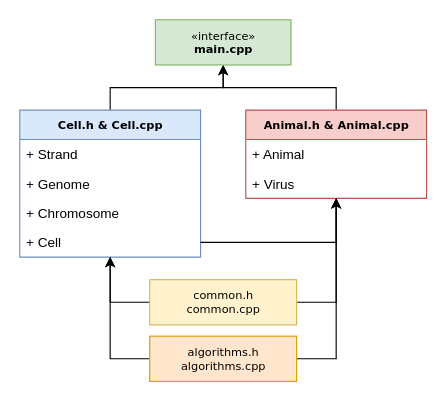
Before: schema/programs.drawio in k-forghani/class-of-life, a draw.io diagram. Source tidied: cells renumbered, new cells numbered last; positions are measured from the earlier drawing's top-left corner, leaving out a move shared by most shapes. Both pictures are drawn from the tidied source at 113%, with x=0, y=0 at pixel (19, 19).
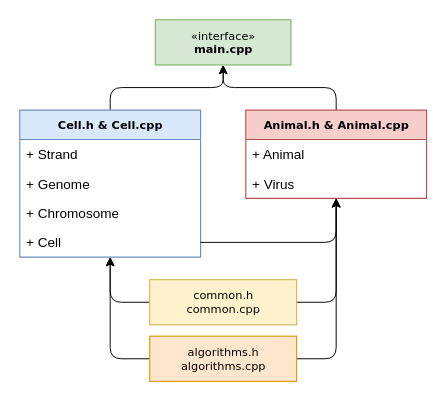
After the change.

Commit message (it also covers changes not shown here):
Edited programs schema

Diff of the diagram source:
```diff
@@
 <mxGraphModel>
   <root>
     <mxCell id="0" />
     <mxCell id="1" parent="0" />
-    <mxCell id="2" style="edgeStyle=orthogonalEdgeStyle;rounded=0;jettySize=auto;html=1;entryX=0.5;entryY=1;entryDx=0;entryDy=0;exitX=0.5;exitY=0;exitDx=0;exitDy=0;jumpStyle=none;" parent="1" edge="1" source="5" target="4">
+    <mxCell id="2" style="edgeStyle=orthogonalEdgeStyle;jettySize=auto;html=1;entryX=0.5;entryY=1;entryDx=0;entryDy=0;exitX=0.5;exitY=0;exitDx=0;exitDy=0;jumpStyle=none;strokeWidth=0.85;rounded=1;" parent="1" edge="1" source="5" target="4">
       <mxGeometry relative="1" as="geometry" />
     </mxCell>
-    <mxCell id="3" style="edgeStyle=orthogonalEdgeStyle;rounded=0;jettySize=auto;html=1;entryX=0.5;entryY=1;entryDx=0;entryDy=0;exitX=0.5;exitY=0;exitDx=0;exitDy=0;jumpStyle=none;" parent="1" edge="1" source="10" target="4">
+    <mxCell id="3" style="edgeStyle=orthogonalEdgeStyle;jettySize=auto;html=1;entryX=0.5;entryY=1;entryDx=0;entryDy=0;exitX=0.5;exitY=0;exitDx=0;exitDy=0;jumpStyle=none;strokeWidth=0.85;rounded=1;" parent="1" edge="1" source="10" target="4">
       <mxGeometry x="-0.29" relative="1" as="geometry" />
     </mxCell>
     <mxCell id="4" value="«interface»&lt;br&gt;&lt;b&gt;main.cpp&lt;/b&gt;" style="html=1;rounded=0;shadow=0;comic=0;labelBackgroundColor=none;strokeWidth=1;fontFamily=Verdana;fontSize=10;align=center;fillColor=#d5e8d4;strokeColor=#82b366;" parent="1" vertex="1">
       <mxGeometry x="120" width="120" height="40" as="geometry" />
     </mxCell>
     <mxCell id="5" value="Cell.h &amp;amp; Cell.cpp" style="swimlane;html=1;fontStyle=1;horizontal=1;startSize=26;fillColor=#dae8fc;swimlaneFillColor=#ffffff;rounded=0;shadow=0;comic=0;labelBackgroundColor=none;strokeWidth=1;fontFamily=Verdana;fontSize=10;align=center;strokeColor=#6c8ebf;" parent="1" vertex="1">
       <mxGeometry y="80" width="160" height="130" as="geometry" />
     </mxCell>
     <mxCell id="6" value="+ Strand" style="text;html=1;strokeColor=none;fillColor=none;align=left;verticalAlign=top;spacingLeft=4;spacingRight=4;whiteSpace=wrap;overflow=hidden;" parent="5" vertex="1">
       <mxGeometry y="26" width="160" height="26" as="geometry" />
     </mxCell>
     <mxCell id="7" value="+ Genome" style="text;html=1;strokeColor=none;fillColor=none;align=left;verticalAlign=top;spacingLeft=4;spacingRight=4;whiteSpace=wrap;overflow=hidden;" parent="5" vertex="1">
       <mxGeometry y="52" width="160" height="26" as="geometry" />
     </mxCell>
     <mxCell id="8" value="+ Chromosome" style="text;html=1;strokeColor=none;fillColor=none;align=left;verticalAlign=top;spacingLeft=4;spacingRight=4;whiteSpace=wrap;overflow=hidden;" parent="5" vertex="1">
       <mxGeometry y="78" width="160" height="26" as="geometry" />
     </mxCell>
     <mxCell id="9" value="+ Cell" style="text;html=1;strokeColor=none;fillColor=none;align=left;verticalAlign=top;spacingLeft=4;spacingRight=4;whiteSpace=wrap;overflow=hidden;points=[[0,0.5],[1,0.5]];portConstraint=eastwest;" parent="5" vertex="1">
       <mxGeometry y="104" width="160" height="26" as="geometry" />
     </mxCell>
     <mxCell id="10" value="Animal.h &amp;amp; Animal.cpp" style="swimlane;html=1;fontStyle=1;horizontal=1;startSize=26;fillColor=#f8cecc;swimlaneFillColor=#ffffff;rounded=0;shadow=0;comic=0;labelBackgroundColor=none;strokeWidth=1;fontFamily=Verdana;fontSize=10;align=center;strokeColor=#b85450;" parent="1" vertex="1">
       <mxGeometry x="200" y="80" width="160" height="78" as="geometry" />
     </mxCell>
     <mxCell id="11" value="+ Animal" style="text;html=1;strokeColor=none;fillColor=none;align=left;verticalAlign=top;spacingLeft=4;spacingRight=4;whiteSpace=wrap;overflow=hidden;" parent="10" vertex="1">
       <mxGeometry y="26" width="160" height="26" as="geometry" />
     </mxCell>
     <mxCell id="12" value="+ Virus" style="text;html=1;strokeColor=none;fillColor=none;align=left;verticalAlign=top;spacingLeft=4;spacingRight=4;whiteSpace=wrap;overflow=hidden;" parent="10" vertex="1">
       <mxGeometry y="52" width="160" height="26" as="geometry" />
     </mxCell>
-    <mxCell id="13" style="edgeStyle=orthogonalEdgeStyle;rounded=0;jettySize=auto;html=1;entryX=0.5;entryY=1;entryDx=0;entryDy=0;exitX=0;exitY=0.5;exitDx=0;exitDy=0;jumpStyle=none;" parent="1" edge="1" source="15" target="5">
+    <mxCell id="13" style="edgeStyle=orthogonalEdgeStyle;jettySize=auto;html=1;entryX=0.5;entryY=1;entryDx=0;entryDy=0;exitX=0;exitY=0.5;exitDx=0;exitDy=0;jumpStyle=none;strokeWidth=0.85;rounded=1;" parent="1" edge="1" source="15" target="5">
       <mxGeometry x="0.53" relative="1" as="geometry" />
     </mxCell>
-    <mxCell id="14" style="edgeStyle=orthogonalEdgeStyle;rounded=0;jettySize=auto;html=1;entryX=0.5;entryY=1;entryDx=0;entryDy=0;exitX=1;exitY=0.5;exitDx=0;exitDy=0;jumpStyle=none;" parent="1" edge="1" source="15" target="10">
+    <mxCell id="14" style="edgeStyle=orthogonalEdgeStyle;jettySize=auto;html=1;entryX=0.5;entryY=1;entryDx=0;entryDy=0;exitX=1;exitY=0.5;exitDx=0;exitDy=0;jumpStyle=none;strokeWidth=0.85;rounded=1;" parent="1" edge="1" source="15" target="10">
       <mxGeometry relative="1" as="geometry" />
     </mxCell>
     <mxCell id="15" value="&lt;span style=&quot;font-weight: normal;&quot;&gt;common.h&lt;br&gt;common.cpp&lt;/span&gt;" style="html=1;rounded=0;shadow=0;comic=0;labelBackgroundColor=none;strokeWidth=1;fontFamily=Verdana;fontSize=10;align=center;fillColor=#fff2cc;strokeColor=#d6b656;fontStyle=1;" parent="1" vertex="1">
       <mxGeometry x="115" y="230" width="130" height="40" as="geometry" />
     </mxCell>
-    <mxCell id="16" style="edgeStyle=orthogonalEdgeStyle;rounded=0;jettySize=auto;html=1;exitX=1;exitY=0.5;exitDx=0;exitDy=0;entryX=0.5;entryY=1;entryDx=0;entryDy=0;jumpStyle=none;" parent="1" edge="1" source="9" target="10">
+    <mxCell id="16" style="edgeStyle=orthogonalEdgeStyle;jettySize=auto;html=1;exitX=1;exitY=0.5;exitDx=0;exitDy=0;entryX=0.5;entryY=1;entryDx=0;entryDy=0;jumpStyle=none;strokeWidth=0.85;rounded=1;" parent="1" edge="1" source="9" target="10">
       <mxGeometry relative="1" as="geometry" />
     </mxCell>
-    <mxCell id="17" style="edgeStyle=orthogonalEdgeStyle;rounded=0;jettySize=auto;html=1;entryX=0.5;entryY=1;entryDx=0;entryDy=0;exitX=0;exitY=0.5;exitDx=0;exitDy=0;jumpStyle=none;" parent="1" edge="1" source="19" target="5">
+    <mxCell id="17" style="edgeStyle=orthogonalEdgeStyle;jettySize=auto;html=1;entryX=0.5;entryY=1;entryDx=0;entryDy=0;exitX=0;exitY=0.5;exitDx=0;exitDy=0;jumpStyle=none;strokeWidth=0.85;rounded=1;" parent="1" edge="1" source="19" target="5">
       <mxGeometry relative="1" as="geometry" />
     </mxCell>
-    <mxCell id="18" style="edgeStyle=orthogonalEdgeStyle;rounded=0;jettySize=auto;html=1;entryX=0.5;entryY=1;entryDx=0;entryDy=0;exitX=1;exitY=0.5;exitDx=0;exitDy=0;jumpStyle=none;" parent="1" edge="1" source="19" target="10">
+    <mxCell id="18" style="edgeStyle=orthogonalEdgeStyle;jettySize=auto;html=1;entryX=0.5;entryY=1;entryDx=0;entryDy=0;exitX=1;exitY=0.5;exitDx=0;exitDy=0;jumpStyle=none;strokeWidth=0.85;rounded=1;" parent="1" edge="1" source="19" target="10">
       <mxGeometry relative="1" as="geometry" />
     </mxCell>
     <mxCell id="19" value="algorithms.h&lt;br&gt;&lt;span style=&quot;border-color: var(--border-color);&quot;&gt;algorithms&lt;/span&gt;.cpp" style="html=1;rounded=0;shadow=0;comic=0;labelBackgroundColor=none;strokeWidth=1;fontFamily=Verdana;fontSize=10;align=center;fillColor=#ffe6cc;strokeColor=#d79b00;" parent="1" vertex="1">
       <mxGeometry x="115" y="280" width="130" height="40" as="geometry" />
     </mxCell>
   </root>
 </mxGraphModel>
```
